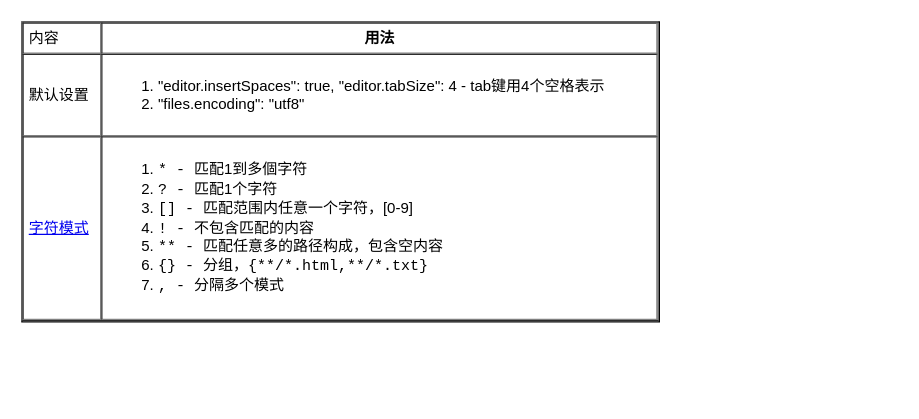
This is page "editor" (2 of 5) of editor/vscode/vscode.drawio from yangdj/tf_docs, a draw.io file, before an edit. Source tidied: cells renumbered, new cells numbered last; positions are measured from the earlier drawing's top-left corner, leaving out a move shared by most shapes. Both pictures are drawn from the tidied source at 125%, with x=0, y=0 at pixel (21, 21).
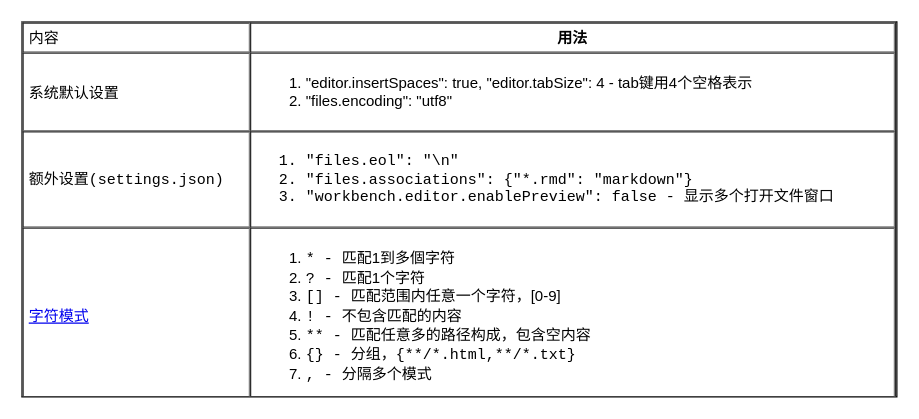
The same diagram, later.

What changed in the source:
```diff
@@
 <mxGraphModel>
   <root>
     <mxCell id="0" />
     <mxCell id="1" parent="0" />
-    <mxCell id="2" value="&lt;table cellpadding=&quot;4&quot; cellspacing=&quot;0&quot; border=&quot;1&quot; style=&quot;font-size: 1em ; width: 100% ; height: 100%&quot;&gt;&lt;tbody&gt;&lt;tr&gt;&lt;td&gt;内容&lt;/td&gt;&lt;th style=&quot;text-align: center&quot;&gt;用法&lt;/th&gt;&lt;/tr&gt;&lt;tr&gt;&lt;td&gt;&lt;p&gt;默认设置&lt;/p&gt;&lt;/td&gt;&lt;td&gt;&lt;ol&gt;&lt;li&gt;&quot;editor.insertSpaces&quot;: true, &quot;editor.tabSize&quot;: 4 - tab键用4个空格表示&lt;/li&gt;&lt;li&gt;&quot;files.encoding&quot;: &quot;utf8&quot;&lt;/li&gt;&lt;/ol&gt;&lt;/td&gt;&lt;/tr&gt;&lt;tr&gt;&lt;td&gt;&lt;a href=&quot;https://code.visualstudio.com/docs/editor/codebasics#_search-across-files&quot;&gt;字符模式&lt;/a&gt;&lt;/td&gt;&lt;td&gt;&lt;ol&gt;&lt;li&gt;&lt;font face=&quot;Courier New&quot;&gt;* -&amp;nbsp;&lt;/font&gt;匹配1到多個字符&lt;/li&gt;&lt;li&gt;&lt;font face=&quot;Courier New&quot;&gt;? -&amp;nbsp;&lt;/font&gt;匹配1个字符&lt;/li&gt;&lt;li&gt;&lt;font face=&quot;Courier New&quot;&gt;[] - &lt;/font&gt;匹配范围内任意一个字符，[0-9]&lt;/li&gt;&lt;li&gt;&lt;font face=&quot;Courier New&quot;&gt;! - 不包含匹配的内容&lt;/font&gt;&lt;/li&gt;&lt;li&gt;&lt;font face=&quot;Courier New&quot;&gt;** -&amp;nbsp;&lt;/font&gt;匹配任意多的路径构成，包含空内容&lt;/li&gt;&lt;li&gt;&lt;font face=&quot;Courier New&quot;&gt;{} - 分组，{**/*.html,**/*.txt}&lt;/font&gt;&lt;/li&gt;&lt;li&gt;&lt;font face=&quot;Courier New&quot;&gt;, - 分隔多个模式&lt;/font&gt;&lt;/li&gt;&lt;/ol&gt;&lt;/td&gt;&lt;/tr&gt;&lt;/tbody&gt;&lt;/table&gt; " style="verticalAlign=top;align=left;overflow=fill;fontSize=12;fontFamily=Helvetica;html=1;" parent="1" vertex="1">
-      <mxGeometry width="510" height="240" as="geometry" />
+    <mxCell id="2" value="&lt;table cellpadding=&quot;4&quot; cellspacing=&quot;0&quot; border=&quot;1&quot; style=&quot;font-size: 1em ; width: 100% ; height: 100%&quot;&gt;&lt;tbody&gt;&lt;tr&gt;&lt;td&gt;内容&lt;/td&gt;&lt;th style=&quot;text-align: center&quot;&gt;用法&lt;/th&gt;&lt;/tr&gt;&lt;tr&gt;&lt;td&gt;&lt;p&gt;系统默认设置&lt;/p&gt;&lt;/td&gt;&lt;td&gt;&lt;ol&gt;&lt;li&gt;&quot;editor.insertSpaces&quot;: true, &quot;editor.tabSize&quot;: 4 - tab键用4个空格表示&lt;/li&gt;&lt;li&gt;&quot;files.encoding&quot;: &quot;utf8&quot;&lt;/li&gt;&lt;/ol&gt;&lt;/td&gt;&lt;/tr&gt;&lt;tr&gt;&lt;td&gt;额外设置&lt;font face=&quot;Courier New&quot;&gt;(settings.json)&lt;/font&gt;&lt;/td&gt;&lt;td&gt;&lt;ol style=&quot;font-family: &amp;#34;courier new&amp;#34;&quot;&gt;&lt;li&gt;&lt;font face=&quot;Courier New&quot;&gt;&quot;files.eol&quot;: &quot;\n&quot;&lt;/font&gt;&lt;/li&gt;&lt;li&gt;&lt;font face=&quot;Courier New&quot;&gt;&quot;files.associations&quot;: {&quot;*.rmd&quot;: &quot;markdown&quot;}&lt;br&gt;&lt;/font&gt;&lt;/li&gt;&lt;li&gt;&lt;font face=&quot;Courier New&quot;&gt;&quot;workbench.editor.enablePreview&quot;: false -&amp;nbsp;&lt;/font&gt;显示多个打开文件窗口&lt;/li&gt;&lt;/ol&gt;&lt;/td&gt;&lt;/tr&gt;&lt;tr&gt;&lt;td&gt;&lt;a href=&quot;https://code.visualstudio.com/docs/editor/codebasics#_search-across-files&quot;&gt;字符模式&lt;/a&gt;&lt;/td&gt;&lt;td&gt;&lt;ol&gt;&lt;li&gt;&lt;font face=&quot;Courier New&quot;&gt;* -&amp;nbsp;&lt;/font&gt;匹配1到多個字符&lt;/li&gt;&lt;li&gt;&lt;font face=&quot;Courier New&quot;&gt;? -&amp;nbsp;&lt;/font&gt;匹配1个字符&lt;/li&gt;&lt;li&gt;&lt;font face=&quot;Courier New&quot;&gt;[] - &lt;/font&gt;匹配范围内任意一个字符，[0-9]&lt;/li&gt;&lt;li&gt;&lt;font face=&quot;Courier New&quot;&gt;! - 不包含匹配的内容&lt;/font&gt;&lt;/li&gt;&lt;li&gt;&lt;font face=&quot;Courier New&quot;&gt;** -&amp;nbsp;&lt;/font&gt;匹配任意多的路径构成，包含空内容&lt;/li&gt;&lt;li&gt;&lt;font face=&quot;Courier New&quot;&gt;{} - 分组，{**/*.html,**/*.txt}&lt;/font&gt;&lt;/li&gt;&lt;li&gt;&lt;font face=&quot;Courier New&quot;&gt;, - 分隔多个模式&lt;/font&gt;&lt;/li&gt;&lt;/ol&gt;&lt;/td&gt;&lt;/tr&gt;&lt;/tbody&gt;&lt;/table&gt; " style="verticalAlign=top;align=left;overflow=fill;fontSize=12;fontFamily=Helvetica;html=1;" parent="1" vertex="1">
+      <mxGeometry width="700" height="300" as="geometry" />
     </mxCell>
   </root>
 </mxGraphModel>
```
